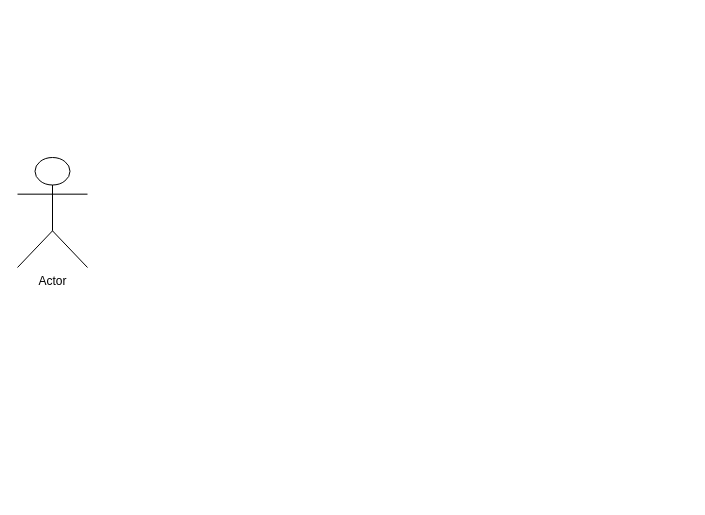
This is Luixa_chatbot.drawio from Aldojsh23/Curso_git, a draw.io file, before an edit. Source tidied: cells renumbered, new cells numbered last; positions are measured from the earlier drawing's top-left corner, leaving out a move shared by most shapes. Both pictures are drawn from the tidied source at 100%, with x=0, y=0 at pixel (17, 157).
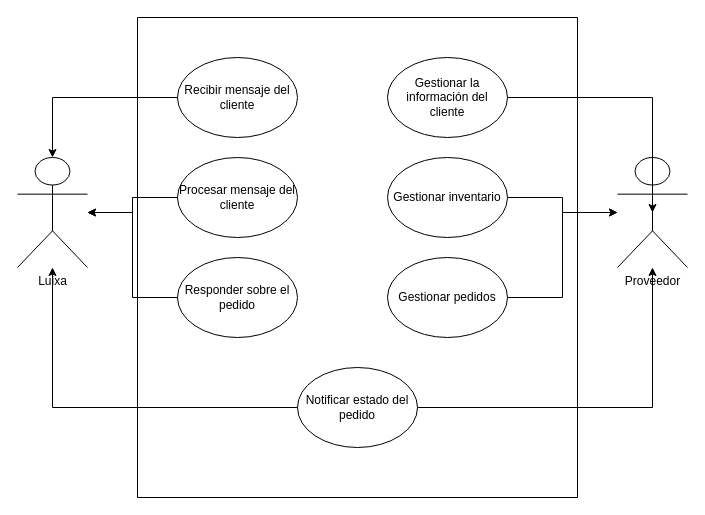
The same page after the edit.

What changed in the source:
```diff
@@
 <mxGraphModel>
   <root>
     <mxCell id="0" />
     <mxCell id="1" parent="0" />
-    <mxCell id="2" value="Actor" style="shape=umlActor;verticalLabelPosition=bottom;verticalAlign=top;html=1;outlineConnect=0;" parent="1" vertex="1">
+    <mxCell id="2" value="Luixa" style="shape=umlActor;verticalLabelPosition=bottom;verticalAlign=top;html=1;outlineConnect=0;" parent="1" vertex="1">
       <mxGeometry width="70" height="110" as="geometry" />
     </mxCell>
+    <mxCell id="3" style="swimlane;startSize=0;" parent="1" vertex="1">
+      <mxGeometry x="120" y="-140" width="440" height="480" as="geometry" />
+    </mxCell>
+    <mxCell id="4" value="Recibir mensaje del cliente" style="ellipse;whiteSpace=wrap;html=1;" parent="3" vertex="1">
+      <mxGeometry x="40" y="40" width="120" height="80" as="geometry" />
+    </mxCell>
+    <mxCell id="5" value="Procesar mensaje del cliente" style="ellipse;whiteSpace=wrap;html=1;" parent="3" vertex="1">
+      <mxGeometry x="40" y="140" width="120" height="80" as="geometry" />
+    </mxCell>
+    <mxCell id="6" value="Responder sobre el pedido" style="ellipse;whiteSpace=wrap;html=1;" parent="3" vertex="1">
+      <mxGeometry x="40" y="240" width="120" height="80" as="geometry" />
+    </mxCell>
+    <mxCell id="7" value="Gestionar la información del cliente" style="ellipse;whiteSpace=wrap;html=1;" parent="3" vertex="1">
+      <mxGeometry x="250" y="40" width="120" height="80" as="geometry" />
+    </mxCell>
+    <mxCell id="8" value="Notificar estado del pedido" style="ellipse;whiteSpace=wrap;html=1;" parent="3" vertex="1">
+      <mxGeometry x="160" y="350" width="120" height="80" as="geometry" />
+    </mxCell>
+    <mxCell id="9" value="Gestionar inventario" style="ellipse;whiteSpace=wrap;html=1;" parent="3" vertex="1">
+      <mxGeometry x="250" y="140" width="120" height="80" as="geometry" />
+    </mxCell>
+    <mxCell id="10" value="Gestionar pedidos" style="ellipse;whiteSpace=wrap;html=1;" parent="3" vertex="1">
+      <mxGeometry x="250" y="240" width="120" height="80" as="geometry" />
+    </mxCell>
+    <mxCell id="11" value="Proveedor&lt;div&gt;&lt;br&gt;&lt;/div&gt;" style="shape=umlActor;verticalLabelPosition=bottom;verticalAlign=top;html=1;outlineConnect=0;" parent="1" vertex="1">
+      <mxGeometry x="600" width="70" height="110" as="geometry" />
+    </mxCell>
+    <mxCell id="12" style="edgeStyle=orthogonalEdgeStyle;rounded=0;jettySize=auto;html=1;exitX=0;exitY=0.5;exitDx=0;exitDy=0;" parent="1" edge="1" source="4" target="2">
+      <mxGeometry relative="1" as="geometry" />
+    </mxCell>
+    <mxCell id="13" style="edgeStyle=orthogonalEdgeStyle;rounded=0;jettySize=auto;html=1;exitX=0;exitY=0.5;exitDx=0;exitDy=0;" parent="1" edge="1" source="5" target="2">
+      <mxGeometry relative="1" as="geometry" />
+    </mxCell>
+    <mxCell id="14" style="edgeStyle=orthogonalEdgeStyle;rounded=0;jettySize=auto;html=1;exitX=0;exitY=0.5;exitDx=0;exitDy=0;" parent="1" edge="1" source="6" target="2">
+      <mxGeometry relative="1" as="geometry" />
+    </mxCell>
+    <mxCell id="15" style="edgeStyle=orthogonalEdgeStyle;rounded=0;jettySize=auto;html=1;exitX=0;exitY=0.5;exitDx=0;exitDy=0;" parent="1" edge="1" source="8" target="2">
+      <mxGeometry relative="1" as="geometry" />
+    </mxCell>
+    <mxCell id="16" style="edgeStyle=orthogonalEdgeStyle;rounded=0;jettySize=auto;html=1;exitX=1;exitY=0.5;exitDx=0;exitDy=0;" parent="1" edge="1" source="8" target="11">
+      <mxGeometry relative="1" as="geometry" />
+    </mxCell>
+    <mxCell id="17" style="edgeStyle=orthogonalEdgeStyle;rounded=0;jettySize=auto;html=1;exitX=1;exitY=0.5;exitDx=0;exitDy=0;" parent="1" edge="1" source="9" target="11">
+      <mxGeometry relative="1" as="geometry" />
+    </mxCell>
+    <mxCell id="18" style="edgeStyle=orthogonalEdgeStyle;rounded=0;jettySize=auto;html=1;exitX=1;exitY=0.5;exitDx=0;exitDy=0;" parent="1" edge="1" source="10" target="11">
+      <mxGeometry relative="1" as="geometry" />
+    </mxCell>
+    <mxCell id="19" style="edgeStyle=orthogonalEdgeStyle;rounded=0;jettySize=auto;html=1;exitX=1;exitY=0.5;exitDx=0;exitDy=0;entryX=0.5;entryY=0.5;entryDx=0;entryDy=0;entryPerimeter=0;" parent="1" edge="1" source="7" target="11">
+      <mxGeometry relative="1" as="geometry" />
+    </mxCell>
   </root>
 </mxGraphModel>
```
